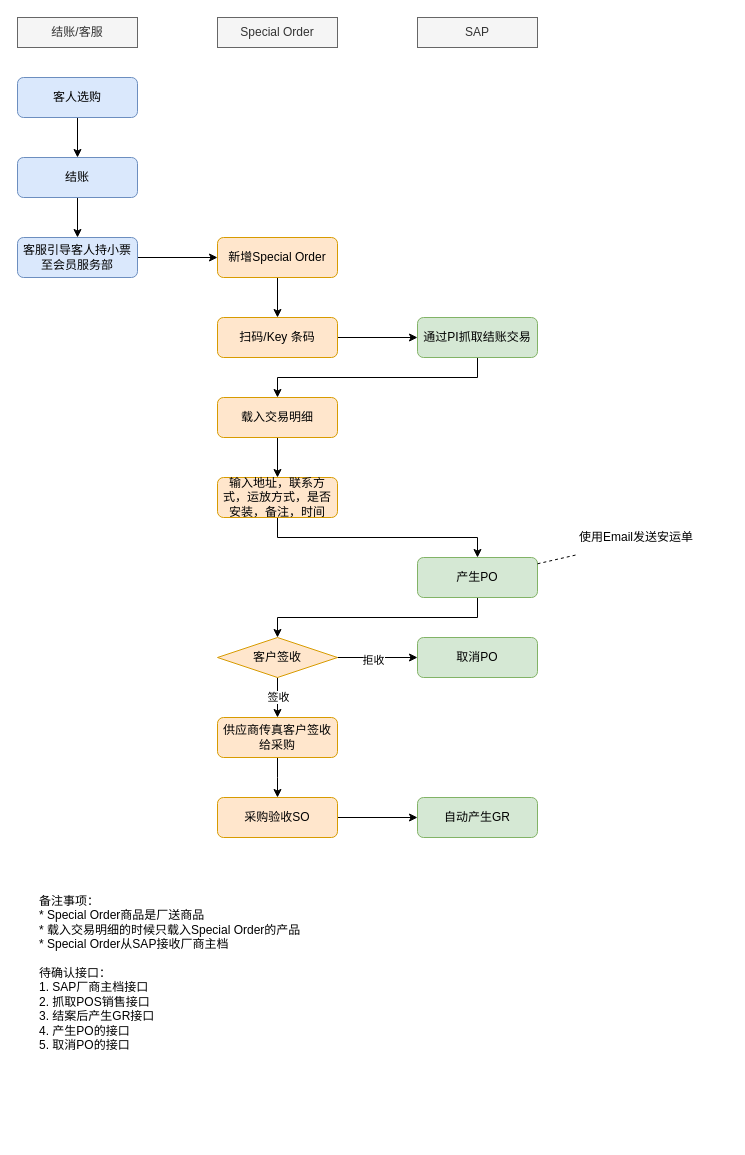
This is page "销售" (1 of 2) of Special Order.drawio from luss613/draw.io, a draw.io file, before an edit. Source tidied: cells renumbered, new cells numbered last; positions are measured from the earlier drawing's top-left corner, leaving out a move shared by most shapes. Both pictures are drawn from the tidied source at 100%, with x=0, y=0 at pixel (17, 17).
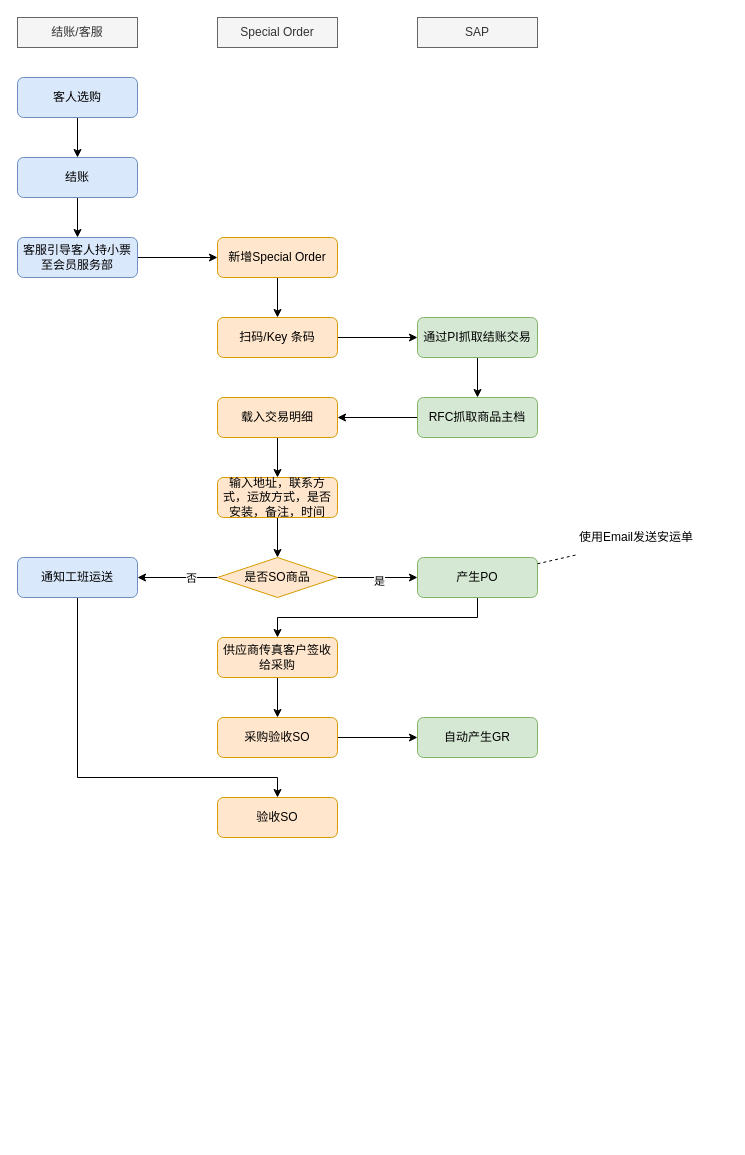
The same page after the edit.

Unchanged cells that the change refers to:
```xml
<mxCell id="13" value="通过PI抓取结账交易" style="rounded=1;whiteSpace=wrap;html=1;fontSize=12;glass=0;strokeWidth=1;shadow=0;fillColor=#d5e8d4;strokeColor=#82b366;" parent="1" vertex="1">
  <mxGeometry x="400" y="300" width="120" height="40" as="geometry" />
</mxCell>
<mxCell id="15" value="载入交易明细" style="rounded=1;whiteSpace=wrap;html=1;fontSize=12;glass=0;strokeWidth=1;shadow=0;fillColor=#ffe6cc;strokeColor=#d79b00;" parent="1" vertex="1">
  <mxGeometry x="200" y="380" width="120" height="40" as="geometry" />
</mxCell>
<mxCell id="17" value="输入地址，联系方式，运放方式，是否安装，备注，时间" style="rounded=1;whiteSpace=wrap;html=1;fontSize=12;glass=0;strokeWidth=1;shadow=0;fillColor=#ffe6cc;strokeColor=#d79b00;" parent="1" vertex="1">
  <mxGeometry x="200" y="460" width="120" height="40" as="geometry" />
</mxCell>
<mxCell id="24" value="产生PO" style="rounded=1;whiteSpace=wrap;html=1;fontSize=12;glass=0;strokeWidth=1;shadow=0;fillColor=#d5e8d4;strokeColor=#82b366;" parent="1" vertex="1">
  <mxGeometry x="400" y="540" width="120" height="40" as="geometry" />
</mxCell>
```

What changed in the source:
```diff
@@
-    <mxCell id="12" style="edgeStyle=orthogonalEdgeStyle;rounded=0;jettySize=auto;html=1;exitX=0.5;exitY=1;exitDx=0;exitDy=0;" parent="1" edge="1" source="13" target="15">
+    <mxCell id="12" style="edgeStyle=orthogonalEdgeStyle;rounded=0;jettySize=auto;html=1;exitX=0.5;exitY=1;exitDx=0;exitDy=0;" parent="1" edge="1" source="13" target="38">
       <mxGeometry relative="1" as="geometry" />
     </mxCell>
@@
-    <mxCell id="16" style="edgeStyle=orthogonalEdgeStyle;rounded=0;jettySize=auto;html=1;exitX=0.5;exitY=1;exitDx=0;exitDy=0;" parent="1" edge="1" source="17" target="24">
+    <mxCell id="16" style="edgeStyle=orthogonalEdgeStyle;rounded=0;jettySize=auto;html=1;exitX=0.5;exitY=1;exitDx=0;exitDy=0;" parent="1" edge="1" source="17" target="43">
       <mxGeometry relative="1" as="geometry" />
     </mxCell>
@@
-    <mxCell id="18" style="edgeStyle=orthogonalEdgeStyle;rounded=0;jettySize=auto;html=1;exitX=1;exitY=0.5;exitDx=0;exitDy=0;" parent="1" edge="1" source="22" target="34">
-      <mxGeometry relative="1" as="geometry" />
-    </mxCell>
-    <mxCell id="19" value="拒收" style="edgeLabel;html=1;align=center;verticalAlign=middle;" parent="18" vertex="1">
-      <mxGeometry x="-0.12" y="-2" relative="1" as="geometry" />
-    </mxCell>
-    <mxCell id="20" style="edgeStyle=orthogonalEdgeStyle;rounded=0;jettySize=auto;html=1;" parent="1" edge="1" source="22" target="28">
-      <mxGeometry relative="1" as="geometry" />
-    </mxCell>
-    <mxCell id="21" value="签收" style="edgeLabel;html=1;align=center;verticalAlign=middle;" parent="20" vertex="1">
-      <mxGeometry x="-0.05" relative="1" as="geometry" />
-    </mxCell>
-    <mxCell id="22" value="客户签收" style="rhombus;whiteSpace=wrap;html=1;fillColor=#ffe6cc;strokeColor=#d79b00;" parent="1" vertex="1">
-      <mxGeometry x="200" y="620" width="120" height="40" as="geometry" />
-    </mxCell>
-    <mxCell id="23" style="edgeStyle=orthogonalEdgeStyle;rounded=0;jettySize=auto;html=1;exitX=0.5;exitY=1;exitDx=0;exitDy=0;" parent="1" edge="1" source="24" target="22">
+    <mxCell id="23" style="edgeStyle=orthogonalEdgeStyle;rounded=0;jettySize=auto;html=1;exitX=0.5;exitY=1;exitDx=0;exitDy=0;" parent="1" edge="1" source="24" target="28">
       <mxGeometry relative="1" as="geometry" />
     </mxCell>
@@
-    <mxCell id="27" style="edgeStyle=orthogonalEdgeStyle;rounded=0;jettySize=auto;html=1;" parent="1" edge="1" source="28">
-      <mxGeometry relative="1" as="geometry">
-        <mxPoint x="260" y="780" as="targetPoint" />
-      </mxGeometry>
+    <mxCell id="27" style="edgeStyle=orthogonalEdgeStyle;rounded=0;jettySize=auto;html=1;entryX=0.5;entryY=0;entryDx=0;entryDy=0;" parent="1" edge="1" source="28" target="36">
+      <mxGeometry relative="1" as="geometry" />
     </mxCell>
     <mxCell id="28" value="供应商传真客户签收给采购" style="rounded=1;whiteSpace=wrap;html=1;fontSize=12;glass=0;strokeWidth=1;shadow=0;fillColor=#ffe6cc;strokeColor=#d79b00;" parent="1" vertex="1">
-      <mxGeometry x="200" y="700" width="120" height="40" as="geometry" />
+      <mxGeometry x="200" y="620" width="120" height="40" as="geometry" />
     </mxCell>
     <mxCell id="29" value="自动产生GR" style="rounded=1;whiteSpace=wrap;html=1;fontSize=12;glass=0;strokeWidth=1;shadow=0;fillColor=#d5e8d4;strokeColor=#82b366;" parent="1" vertex="1">
-      <mxGeometry x="400" y="780" width="120" height="40" as="geometry" />
+      <mxGeometry x="400" y="700" width="120" height="40" as="geometry" />
     </mxCell>
-    <mxCell id="30" value="备注事项：&lt;br&gt;* Special Order商品是厂送商品&lt;br&gt;* 载入交易明细的时候只载入Special Order的产品&lt;br&gt;* Special Order从SAP接收厂商主档&lt;br&gt;&lt;br&gt;待确认接口：&lt;br&gt;1. SAP厂商主档接口&lt;br&gt;2. 抓取POS销售接口&lt;br&gt;3. 结案后产生GR接口&lt;br&gt;4. 产生PO的接口&lt;br&gt;5. 取消PO的接口" style="text;html=1;strokeColor=none;fillColor=none;align=left;verticalAlign=top;whiteSpace=wrap;rounded=0;" parent="1" vertex="1">
-      <mxGeometry x="20" y="870" width="640" height="250" as="geometry" />
-    </mxCell>
@@
-    <mxCell id="34" value="取消PO" style="rounded=1;whiteSpace=wrap;html=1;fontSize=12;glass=0;strokeWidth=1;shadow=0;fillColor=#d5e8d4;strokeColor=#82b366;" parent="1" vertex="1">
-      <mxGeometry x="400" y="620" width="120" height="40" as="geometry" />
-    </mxCell>
@@
     <mxCell id="36" value="采购验收SO" style="rounded=1;whiteSpace=wrap;html=1;fontSize=12;glass=0;strokeWidth=1;shadow=0;fillColor=#ffe6cc;strokeColor=#d79b00;" parent="1" vertex="1">
-      <mxGeometry x="200" y="780" width="120" height="40" as="geometry" />
+      <mxGeometry x="200" y="700" width="120" height="40" as="geometry" />
     </mxCell>
+    <mxCell id="37" style="edgeStyle=orthogonalEdgeStyle;rounded=0;jettySize=auto;html=1;" parent="1" edge="1" source="38" target="15">
+      <mxGeometry relative="1" as="geometry" />
+    </mxCell>
+    <mxCell id="38" value="RFC抓取商品主档" style="rounded=1;whiteSpace=wrap;html=1;fontSize=12;glass=0;strokeWidth=1;shadow=0;fillColor=#d5e8d4;strokeColor=#82b366;" parent="1" vertex="1">
+      <mxGeometry x="400" y="380" width="120" height="40" as="geometry" />
+    </mxCell>
+    <mxCell id="39" style="edgeStyle=orthogonalEdgeStyle;rounded=0;jettySize=auto;html=1;" parent="1" edge="1" source="43" target="24">
+      <mxGeometry relative="1" as="geometry" />
+    </mxCell>
+    <mxCell id="40" value="是" style="edgeLabel;html=1;align=center;verticalAlign=middle;" parent="39" vertex="1">
+      <mxGeometry x="0.03" y="-3" relative="1" as="geometry" />
+    </mxCell>
+    <mxCell id="41" style="edgeStyle=orthogonalEdgeStyle;rounded=0;jettySize=auto;html=1;" parent="1" edge="1" source="43" target="45">
+      <mxGeometry relative="1" as="geometry" />
+    </mxCell>
+    <mxCell id="42" value="否" style="edgeLabel;html=1;align=center;verticalAlign=middle;" parent="41" vertex="1">
+      <mxGeometry x="-0.33" relative="1" as="geometry" />
+    </mxCell>
+    <mxCell id="43" value="是否SO商品" style="rhombus;whiteSpace=wrap;html=1;fillColor=#ffe6cc;strokeColor=#d79b00;" parent="1" vertex="1">
+      <mxGeometry x="200" y="540" width="120" height="40" as="geometry" />
+    </mxCell>
+    <mxCell id="44" style="edgeStyle=orthogonalEdgeStyle;rounded=0;jettySize=auto;html=1;entryX=0.5;entryY=0;entryDx=0;entryDy=0;exitX=0.5;exitY=1;exitDx=0;exitDy=0;" parent="1" edge="1" source="45" target="46">
+      <mxGeometry relative="1" as="geometry">
+        <Array as="points">
+          <mxPoint x="60" y="760" />
+          <mxPoint x="260" y="760" />
+        </Array>
+      </mxGeometry>
+    </mxCell>
+    <mxCell id="45" value="通知工班运送" style="rounded=1;whiteSpace=wrap;html=1;fontSize=12;glass=0;strokeWidth=1;shadow=0;fillColor=#dae8fc;strokeColor=#6c8ebf;" parent="1" vertex="1">
+      <mxGeometry y="540" width="120" height="40" as="geometry" />
+    </mxCell>
+    <mxCell id="46" value="验收SO" style="rounded=1;whiteSpace=wrap;html=1;fontSize=12;glass=0;strokeWidth=1;shadow=0;fillColor=#ffe6cc;strokeColor=#d79b00;" parent="1" vertex="1">
+      <mxGeometry x="200" y="780" width="120" height="40" as="geometry" />
+    </mxCell>
```
